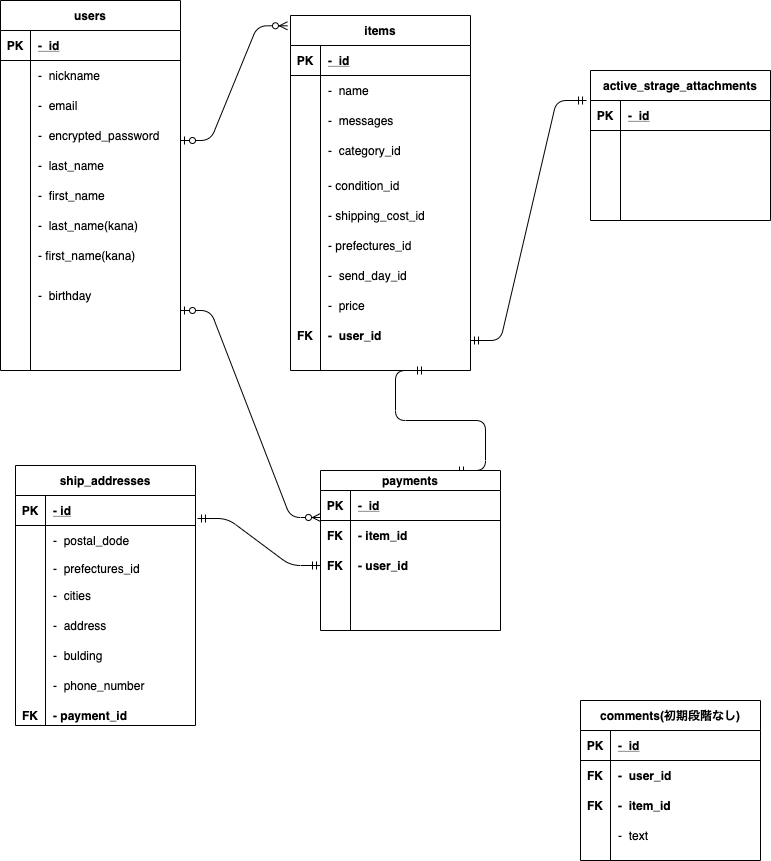
Before: furima.app.png, a diagram exported from draw.io (AkikoShinohara/furima_28752). Source tidied: cells renumbered, new cells last; positions are measured from the earlier drawing's top-left corner, leaving out a move shared by most shapes.
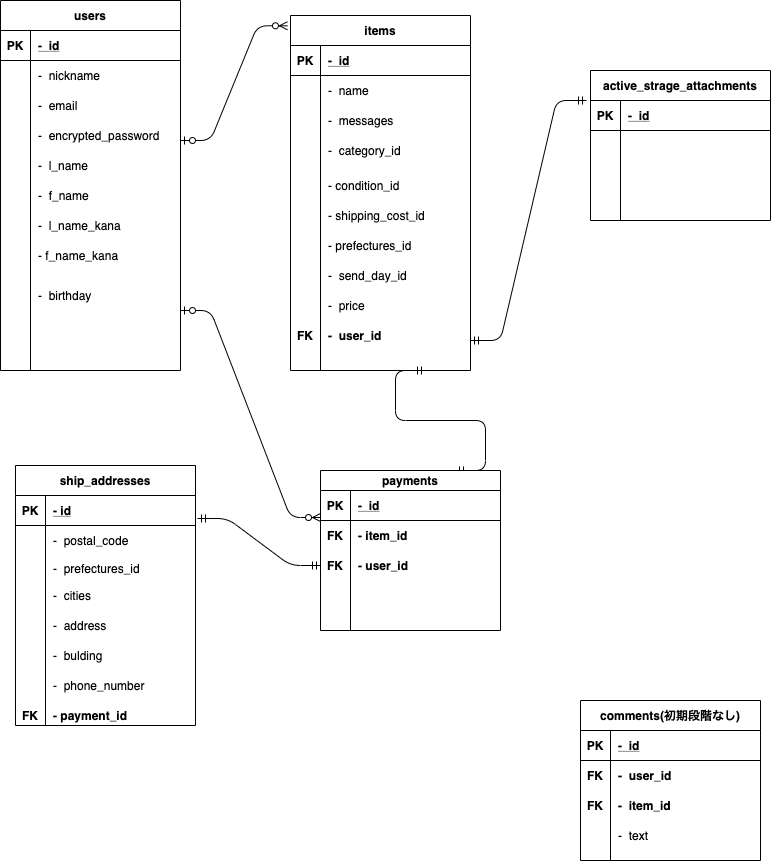
Later version of the same file.

Commit message:
usersテーブルのカラム名変更

Diff of the diagram source:
```diff
@@ -41,16 +41,16 @@
     <mxCell id="14" value="-  encrypted_password" style="shape=partialRectangle;fillColor=none;top=0;left=0;bottom=0;right=0;align=left;spacingLeft=6;overflow=hidden;" parent="12" vertex="1">
       <mxGeometry x="30" width="150" height="30" as="geometry" />
     </mxCell>
-    <mxCell id="15" value="-  last_name" style="shape=partialRectangle;fillColor=none;top=0;left=0;bottom=0;right=0;align=left;spacingLeft=6;overflow=hidden;" parent="1" vertex="1">
+    <mxCell id="15" value="-  l_name" style="shape=partialRectangle;fillColor=none;top=0;left=0;bottom=0;right=0;align=left;spacingLeft=6;overflow=hidden;" parent="1" vertex="1">
       <mxGeometry x="30" y="150" width="150" height="30" as="geometry" />
     </mxCell>
-    <mxCell id="16" value="-  first_name" style="shape=partialRectangle;fillColor=none;top=0;left=0;bottom=0;right=0;align=left;spacingLeft=6;overflow=hidden;" parent="1" vertex="1">
+    <mxCell id="16" value="-  f_name" style="shape=partialRectangle;fillColor=none;top=0;left=0;bottom=0;right=0;align=left;spacingLeft=6;overflow=hidden;" parent="1" vertex="1">
       <mxGeometry x="30" y="180" width="150" height="30" as="geometry" />
     </mxCell>
-    <mxCell id="17" value="-  last_name(kana)" style="shape=partialRectangle;fillColor=none;top=0;left=0;bottom=0;right=0;align=left;spacingLeft=6;overflow=hidden;" parent="1" vertex="1">
+    <mxCell id="17" value="-  l_name_kana" style="shape=partialRectangle;fillColor=none;top=0;left=0;bottom=0;right=0;align=left;spacingLeft=6;overflow=hidden;" parent="1" vertex="1">
       <mxGeometry x="30" y="210" width="150" height="30" as="geometry" />
     </mxCell>
-    <mxCell id="18" value="- first_name(kana)" style="shape=partialRectangle;fillColor=none;top=0;left=0;bottom=0;right=0;align=left;spacingLeft=6;overflow=hidden;fontStyle=0;" parent="1" vertex="1">
+    <mxCell id="18" value="- f_name_kana" style="shape=partialRectangle;fillColor=none;top=0;left=0;bottom=0;right=0;align=left;spacingLeft=6;overflow=hidden;fontStyle=0;" parent="1" vertex="1">
       <mxGeometry x="30" y="240" width="150" height="30" as="geometry" />
     </mxCell>
     <mxCell id="19" style="shape=partialRectangle;fillColor=none;top=0;left=0;bottom=0;right=0;overflow=hidden;fontStyle=1;" parent="1" vertex="1">
@@ -285,7 +285,7 @@
     <mxCell id="94" style="shape=partialRectangle;fillColor=none;top=0;left=0;bottom=0;right=0;overflow=hidden;" parent="93" vertex="1">
       <mxGeometry width="30" height="30" as="geometry" />
     </mxCell>
-    <mxCell id="95" value="-  postal_dode" style="shape=partialRectangle;fillColor=none;top=0;left=0;bottom=0;right=0;align=left;spacingLeft=6;overflow=hidden;" parent="93" vertex="1">
+    <mxCell id="95" value="-  postal_code" style="shape=partialRectangle;fillColor=none;top=0;left=0;bottom=0;right=0;align=left;spacingLeft=6;overflow=hidden;" parent="93" vertex="1">
       <mxGeometry x="30" width="150" height="30" as="geometry" />
     </mxCell>
     <mxCell id="96" style="shape=partialRectangle;fillColor=none;top=0;left=0;bottom=0;right=0;" parent="89" vertex="1">
```
